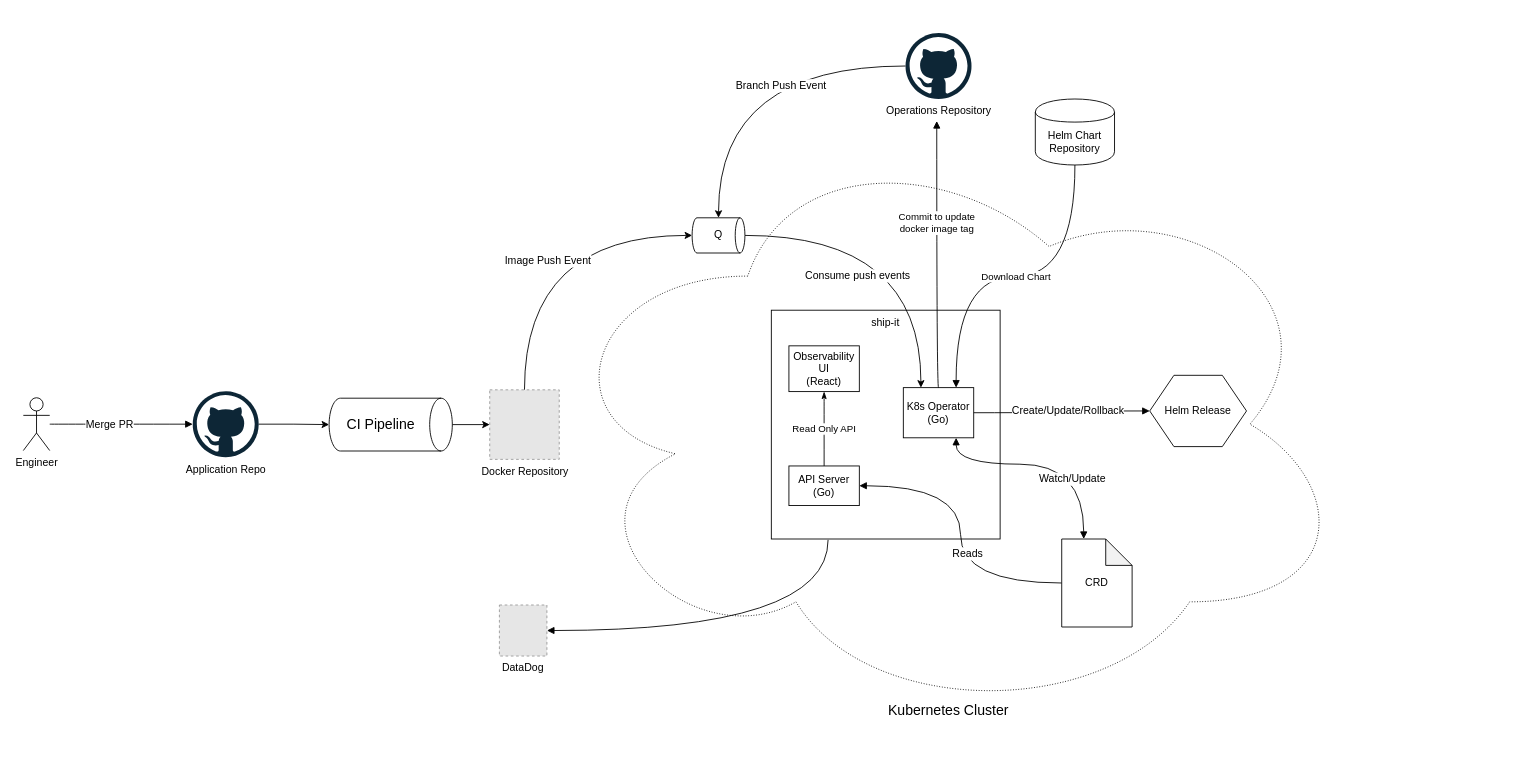
Above: docs/arch.drawio in Wattpad/ship-it (draw.io), before the change. Source tidied: cells renumbered, new cells numbered last; positions are measured from the earlier drawing's top-left corner, leaving out a move shared by most shapes. Both pictures are drawn from the tidied source at 88%, with x=0, y=0 at pixel (23, 33). Pictures stored in the file or linked from it are replaced by grey dashed boxes.
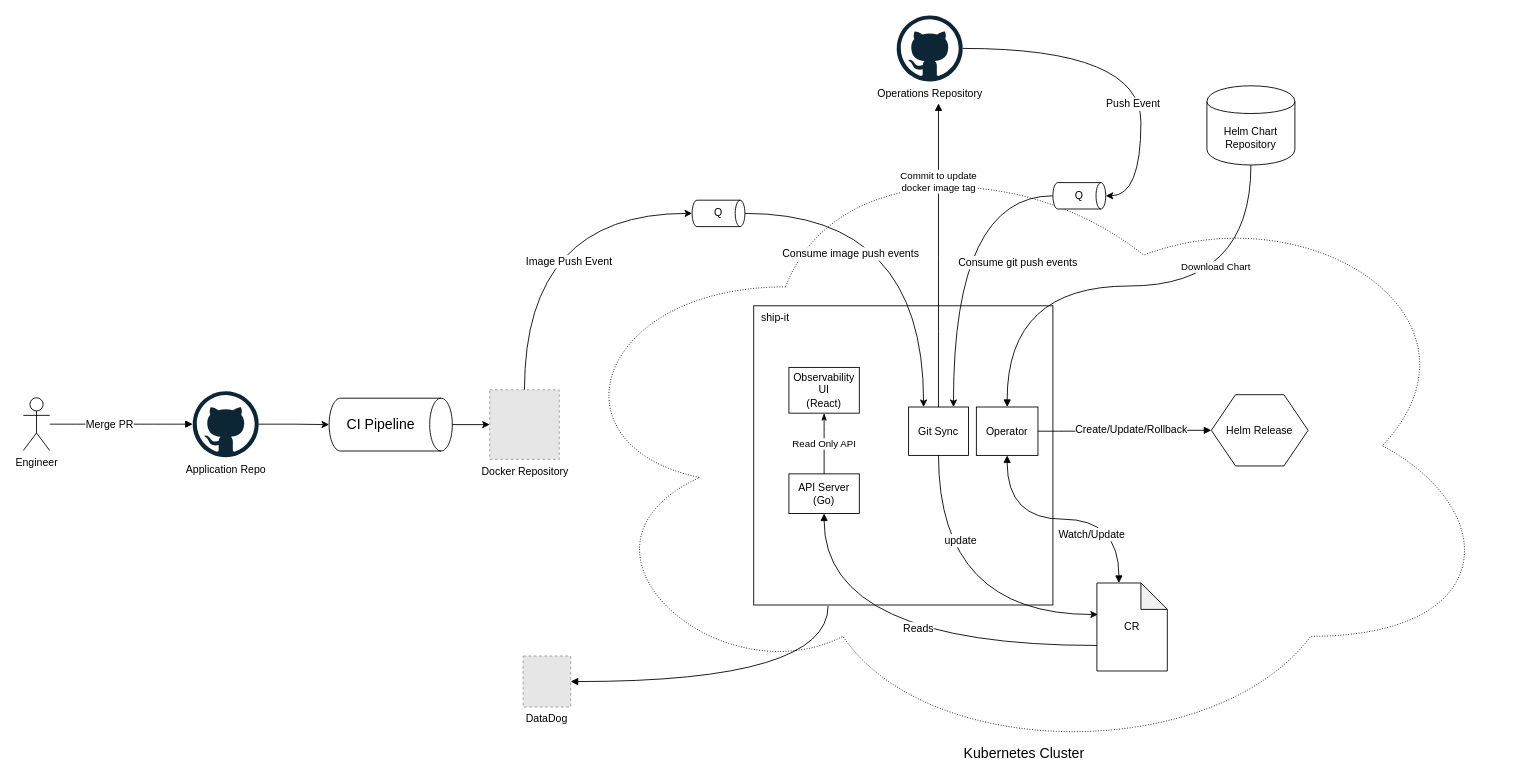
The same diagram, later.

The change refers to these unchanged cells:
```xml
<mxCell id="7" style="edgeStyle=orthogonalEdgeStyle;rounded=0;jettySize=auto;html=1;entryX=0;entryY=0.5;entryDx=0;entryDy=0;entryPerimeter=0;curved=1;exitX=0.5;exitY=0;exitDx=0;exitDy=0;" parent="1" edge="1" source="9" target="35">
  <mxGeometry relative="1" as="geometry" />
</mxCell>
```

The edit, as a diff of the source:
```diff
@@
     <mxCell id="2" value="Kubernetes Cluster" style="ellipse;shape=cloud;whiteSpace=wrap;html=1;fillColor=none;verticalAlign=bottom;fontSize=16;dashed=1;dashPattern=1 2;" parent="1" vertex="1">
-      <mxGeometry x="595" y="108" width="913" height="673" as="geometry" />
+      <mxGeometry x="595" y="108" width="1085" height="722" as="geometry" />
     </mxCell>
-    <mxCell id="3" value="ship-it" style="whiteSpace=wrap;html=1;verticalAlign=top;fillColor=none;strokeColor=#000000;perimeterSpacing=1;strokeWidth=1;" parent="1" vertex="1">
-      <mxGeometry x="850" y="315" width="260" height="260" as="geometry" />
+    <mxCell id="3" value="&amp;nbsp; ship-it" style="whiteSpace=wrap;html=1;verticalAlign=top;fillColor=none;strokeColor=#000000;perimeterSpacing=1;strokeWidth=1;align=left;" parent="1" vertex="1">
+      <mxGeometry x="830" y="310" width="340" height="340" as="geometry" />
     </mxCell>
@@
     <mxCell id="8" value="Image Push Event" style="text;html=1;align=center;verticalAlign=middle;labelBackgroundColor=#ffffff;" parent="7" vertex="1">
       <mxGeometry x="-0.14" y="1" relative="1" as="geometry">
-        <mxPoint x="27" y="10" as="offset" />
+        <mxPoint x="51" y="22" as="offset" />
       </mxGeometry>
     </mxCell>
@@
-    <mxCell id="10" value="Commit to update &lt;br&gt;docker image tag" style="edgeStyle=orthogonalEdgeStyle;curved=1;rounded=0;jettySize=auto;html=1;startArrow=none;startFill=0;endArrow=block;endFill=1;exitX=0.5;exitY=0;exitDx=0;exitDy=0;" parent="1" edge="1" source="30">
-      <mxGeometry x="0.24" relative="1" as="geometry">
-        <mxPoint x="1038" y="100" as="targetPoint" />
-        <Array as="points">
-          <mxPoint x="1038" y="403" />
-        </Array>
-      </mxGeometry>
-    </mxCell>
-    <mxCell id="11" style="edgeStyle=orthogonalEdgeStyle;curved=1;rounded=0;jettySize=auto;html=1;entryX=0.5;entryY=0;entryDx=0;entryDy=0;entryPerimeter=0;" parent="1" edge="1" source="13" target="35">
-      <mxGeometry relative="1" as="geometry" />
-    </mxCell>
-    <mxCell id="12" value="Branch Push Event" style="text;html=1;align=center;verticalAlign=middle;labelBackgroundColor=#ffffff;" parent="11" vertex="1">
-      <mxGeometry x="-0.18" y="13" relative="1" as="geometry">
-        <mxPoint x="15.5" y="9" as="offset" />
-      </mxGeometry>
-    </mxCell>
+    <mxCell id="37" style="edgeStyle=orthogonalEdgeStyle;rounded=0;jettySize=auto;html=1;entryX=1;entryY=0.5;entryDx=0;entryDy=0;entryPerimeter=0;curved=1;" parent="1" edge="1" source="13" target="43">
+      <mxGeometry relative="1" as="geometry">
+        <Array as="points">
+          <mxPoint x="1270" y="18" />
+          <mxPoint x="1270" y="185" />
+        </Array>
+      </mxGeometry>
+    </mxCell>
+    <mxCell id="38" value="Push Event" style="text;html=1;align=center;verticalAlign=middle;labelBackgroundColor=#ffffff;" parent="37" vertex="1">
+      <mxGeometry x="0.23" y="-5" relative="1" as="geometry">
+        <mxPoint x="-5" y="13.5" as="offset" />
+      </mxGeometry>
+    </mxCell>
     <mxCell id="13" value="Operations Repository&lt;br&gt;" style="dashed=0;outlineConnect=0;html=1;align=center;labelPosition=center;verticalLabelPosition=bottom;verticalAlign=top;shape=mxgraph.weblogos.github;" parent="1" vertex="1">
-      <mxGeometry x="1002.5" width="75" height="75" as="geometry" />
+      <mxGeometry x="992.5" y="-20" width="75" height="75" as="geometry" />
     </mxCell>
@@
     <mxCell id="17" value="Helm Release" style="shape=hexagon;perimeter=hexagonPerimeter2;whiteSpace=wrap;html=1;fillColor=none;" parent="1" vertex="1">
-      <mxGeometry x="1280" y="389" width="110" height="81" as="geometry" />
+      <mxGeometry x="1350" y="411" width="110" height="81" as="geometry" />
     </mxCell>
-    <mxCell id="18" style="edgeStyle=orthogonalEdgeStyle;curved=1;rounded=0;jettySize=auto;html=1;entryX=0;entryY=0.5;entryDx=0;entryDy=0;entryPerimeter=0;startArrow=block;startFill=1;endArrow=none;endFill=0;" parent="1" edge="1" source="20" target="25">
+    <mxCell id="18" style="edgeStyle=orthogonalEdgeStyle;curved=1;rounded=0;jettySize=auto;html=1;entryX=0.005;entryY=0.71;entryDx=0;entryDy=0;entryPerimeter=0;startArrow=block;startFill=1;endArrow=none;endFill=0;exitX=0.5;exitY=1;exitDx=0;exitDy=0;" parent="1" edge="1" source="20" target="25">
       <mxGeometry relative="1" as="geometry" />
     </mxCell>
     <mxCell id="19" value="Reads" style="text;html=1;align=center;verticalAlign=middle;labelBackgroundColor=#ffffff;" parent="18" vertex="1">
       <mxGeometry x="0.08" y="2" relative="1" as="geometry">
-        <mxPoint x="5" y="8" as="offset" />
+        <mxPoint x="7" y="-18" as="offset" />
       </mxGeometry>
     </mxCell>
     <mxCell id="20" value="API Server (Go)" style="rounded=0;whiteSpace=wrap;html=1;fillColor=none;" parent="1" vertex="1">
-      <mxGeometry x="870" y="492" width="80" height="45" as="geometry" />
+      <mxGeometry x="870" y="501" width="80" height="45" as="geometry" />
     </mxCell>
@@
     <mxCell id="22" value="Observability UI&lt;br&gt;(React)&lt;br&gt;" style="rounded=0;whiteSpace=wrap;html=1;fillColor=none;" parent="1" vertex="1">
-      <mxGeometry x="870" y="355.5" width="80" height="52" as="geometry" />
+      <mxGeometry x="870" y="380" width="80" height="52" as="geometry" />
     </mxCell>
@@
     <mxCell id="24" value="DataDog" style="fillColor=#E6E6E6;strokeColor=#999999;dashed=1;verticalLabelPosition=bottom;labelBackgroundColor=#ffffff;verticalAlign=top;" parent="1" vertex="1">
-      <mxGeometry x="541" y="650" width="54" height="58" as="geometry" />
+      <mxGeometry x="568" y="708" width="54" height="58" as="geometry" />
     </mxCell>
-    <mxCell id="25" value="CRD" style="shape=note;whiteSpace=wrap;html=1;backgroundOutline=1;darkOpacity=0.05;" parent="1" vertex="1">
-      <mxGeometry x="1180" y="575" width="80" height="100" as="geometry" />
+    <mxCell id="25" value="CR" style="shape=note;whiteSpace=wrap;html=1;backgroundOutline=1;darkOpacity=0.05;" parent="1" vertex="1">
+      <mxGeometry x="1220" y="625" width="80" height="100" as="geometry" />
     </mxCell>
-    <mxCell id="26" style="edgeStyle=orthogonalEdgeStyle;rounded=0;jettySize=auto;html=1;entryX=0;entryY=0;entryDx=25;entryDy=0;entryPerimeter=0;curved=1;startArrow=block;startFill=1;endArrow=block;endFill=1;exitX=0.75;exitY=1;exitDx=0;exitDy=0;" parent="1" edge="1" source="30" target="25">
-      <mxGeometry relative="1" as="geometry">
-        <Array as="points">
-          <mxPoint x="1060" y="490" />
-          <mxPoint x="1205" y="490" />
-        </Array>
-      </mxGeometry>
+    <mxCell id="26" style="rounded=0;jettySize=auto;html=1;entryX=0;entryY=0;entryDx=25;entryDy=0;entryPerimeter=0;startArrow=block;startFill=1;endArrow=block;endFill=1;exitX=0.5;exitY=1;exitDx=0;exitDy=0;edgeStyle=orthogonalEdgeStyle;curved=1;" parent="1" edge="1" source="30" target="25">
+      <mxGeometry relative="1" as="geometry" />
     </mxCell>
@@
-    <mxCell id="30" value="K8s Operator&lt;br&gt;(Go)&lt;br&gt;" style="rounded=0;whiteSpace=wrap;html=1;fillColor=none;" parent="1" vertex="1">
-      <mxGeometry x="1000" y="403" width="80" height="57" as="geometry" />
+    <mxCell id="30" value="Operator&lt;br&gt;" style="rounded=0;whiteSpace=wrap;html=1;fillColor=none;" parent="1" vertex="1">
+      <mxGeometry x="1083" y="425" width="70" height="55" as="geometry" />
     </mxCell>
-    <mxCell id="31" value="Download Chart" style="edgeStyle=orthogonalEdgeStyle;curved=1;rounded=0;jettySize=auto;html=1;entryX=0.75;entryY=0;entryDx=0;entryDy=0;startArrow=none;startFill=0;endArrow=block;endFill=1;exitX=0.5;exitY=1;exitDx=0;exitDy=0;" parent="1" edge="1" source="32" target="30">
-      <mxGeometry relative="1" as="geometry" />
+    <mxCell id="31" value="Download Chart" style="rounded=0;jettySize=auto;html=1;startArrow=none;startFill=0;endArrow=block;endFill=1;exitX=0.5;exitY=1;exitDx=0;exitDy=0;entryX=0.5;entryY=0;entryDx=0;entryDy=0;edgeStyle=orthogonalEdgeStyle;curved=1;" parent="1" edge="1" source="32" target="30">
+      <mxGeometry x="-0.58" y="-40" relative="1" as="geometry" />
     </mxCell>
     <mxCell id="32" value="Helm Chart Repository" style="shape=cylinder;whiteSpace=wrap;html=1;boundedLbl=1;backgroundOutline=1;strokeColor=#000000;strokeWidth=1;fillColor=none;" parent="1" vertex="1">
-      <mxGeometry x="1150" y="75" width="90" height="75" as="geometry" />
+      <mxGeometry x="1345" y="60" width="100" height="90" as="geometry" />
     </mxCell>
-    <mxCell id="33" style="edgeStyle=orthogonalEdgeStyle;rounded=0;jettySize=auto;html=1;entryX=0.25;entryY=0;entryDx=0;entryDy=0;curved=1;" parent="1" edge="1" source="35" target="30">
+    <mxCell id="33" style="edgeStyle=orthogonalEdgeStyle;rounded=0;jettySize=auto;html=1;curved=1;entryX=0.25;entryY=0;entryDx=0;entryDy=0;" parent="1" edge="1" source="35" target="41">
       <mxGeometry relative="1" as="geometry" />
     </mxCell>
-    <mxCell id="34" value="Consume push events" style="text;html=1;align=center;verticalAlign=middle;labelBackgroundColor=#ffffff;" parent="33" vertex="1">
+    <mxCell id="34" value="Consume image push events" style="text;html=1;align=center;verticalAlign=middle;labelBackgroundColor=#ffffff;" parent="33" vertex="1">
       <mxGeometry x="-0.34" y="-28" relative="1" as="geometry">
-        <mxPoint x="4" y="17" as="offset" />
+        <mxPoint x="-21" y="17" as="offset" />
       </mxGeometry>
     </mxCell>
     <mxCell id="35" value="Q" style="strokeWidth=1;html=1;shape=mxgraph.flowchart.direct_data;whiteSpace=wrap;" parent="1" vertex="1">
-      <mxGeometry x="760" y="210" width="60" height="40" as="geometry" />
+      <mxGeometry x="760" y="190" width="60" height="30" as="geometry" />
     </mxCell>
@@
+    <mxCell id="39" style="rounded=0;jettySize=auto;html=1;entryX=0.013;entryY=0.358;entryDx=0;entryDy=0;entryPerimeter=0;exitX=0.5;exitY=1;exitDx=0;exitDy=0;edgeStyle=orthogonalEdgeStyle;curved=1;" parent="1" edge="1" source="41" target="25">
+      <mxGeometry relative="1" as="geometry" />
+    </mxCell>
+    <mxCell id="40" value="update" style="text;html=1;align=center;verticalAlign=middle;labelBackgroundColor=#ffffff;" parent="39" vertex="1">
+      <mxGeometry x="-0.44" y="20" relative="1" as="geometry">
+        <mxPoint x="4" y="-5" as="offset" />
+      </mxGeometry>
+    </mxCell>
+    <mxCell id="41" value="Git Sync" style="rounded=0;whiteSpace=wrap;html=1;fillColor=none;" parent="1" vertex="1">
+      <mxGeometry x="1006" y="425" width="68" height="55" as="geometry" />
+    </mxCell>
+    <mxCell id="10" value="Commit to update &lt;br&gt;docker image tag" style="rounded=0;jettySize=auto;html=1;startArrow=none;startFill=0;endArrow=block;endFill=1;exitX=0.5;exitY=0;exitDx=0;exitDy=0;edgeStyle=orthogonalEdgeStyle;curved=1;" parent="1" edge="1" source="41">
+      <mxGeometry x="0.49" relative="1" as="geometry">
+        <mxPoint x="1040" y="80" as="targetPoint" />
+      </mxGeometry>
+    </mxCell>
+    <mxCell id="42" value="Consume git push events" style="edgeStyle=orthogonalEdgeStyle;curved=1;rounded=0;jettySize=auto;html=1;entryX=0.75;entryY=0;entryDx=0;entryDy=0;fontSize=12;" parent="1" edge="1" source="43" target="41">
+      <mxGeometry x="0.07" y="73" relative="1" as="geometry" />
+    </mxCell>
+    <mxCell id="43" value="Q" style="strokeWidth=1;html=1;shape=mxgraph.flowchart.direct_data;whiteSpace=wrap;" parent="1" vertex="1">
+      <mxGeometry x="1170" y="170" width="60" height="30" as="geometry" />
+    </mxCell>
```
